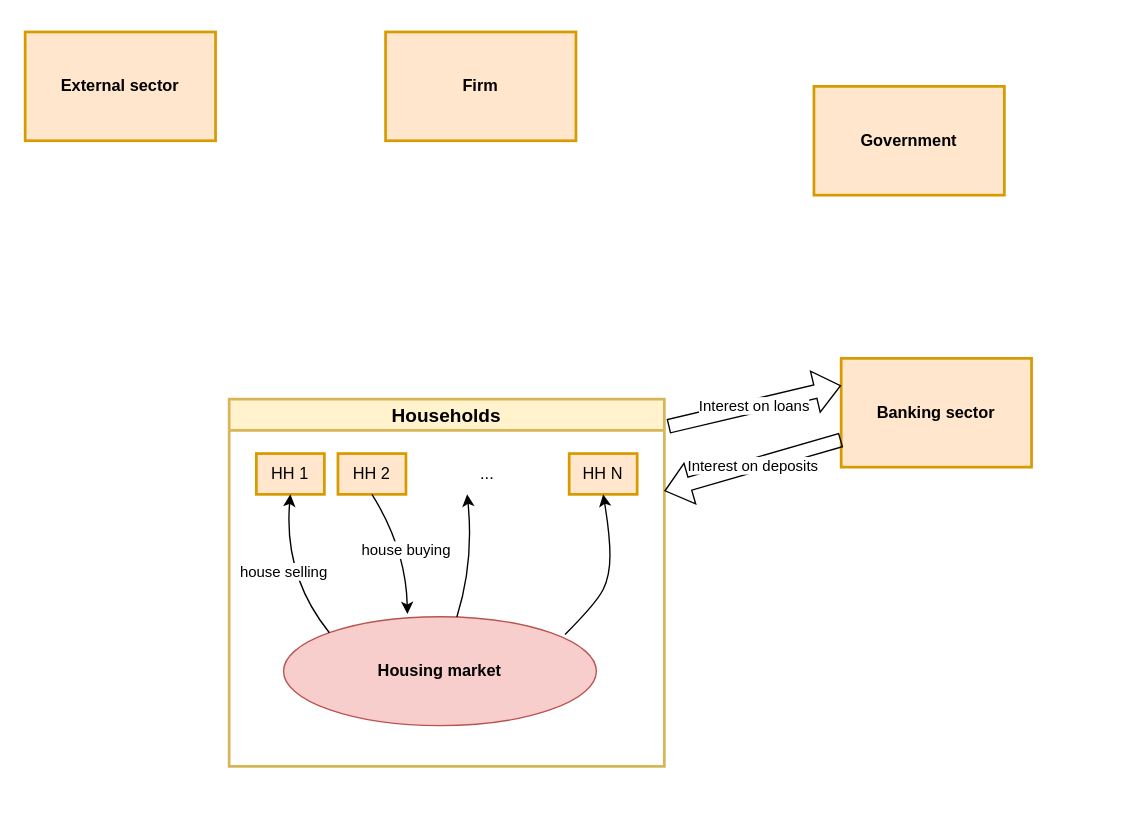
Above: Proposal2023_FlowDiagram.drawio in zauster/draw.io (draw.io), before the change. Source tidied: cells renumbered, new cells numbered last; positions are measured from the earlier drawing's top-left corner, leaving out a move shared by most shapes. Both pictures are drawn from the tidied source at 136%, with x=0, y=0 at pixel (24, 31).
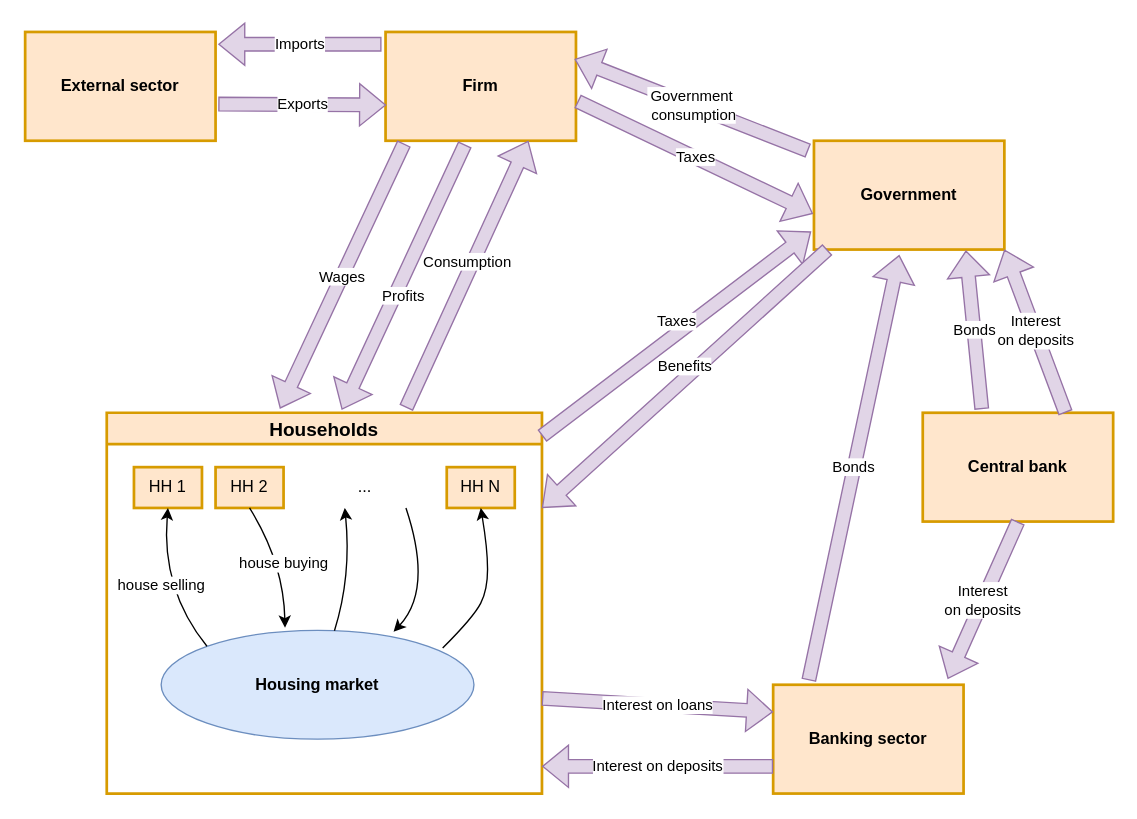
The same diagram, later.

The change refers to these unchanged cells:
```xml
<mxCell id="6" value="..." style="text;html=1;strokeColor=none;fillColor=none;align=center;verticalAlign=middle;whiteSpace=wrap;rounded=0;" parent="2" vertex="1">
  <mxGeometry x="160" y="40" width="60" height="30" as="geometry" />
</mxCell>
<mxCell id="14" value="&lt;b&gt;Firm&lt;/b&gt;" style="rounded=0;whiteSpace=wrap;html=1;fillColor=#ffe6cc;strokeColor=#d79b00;strokeWidth=2;" parent="1" vertex="1">
  <mxGeometry x="265" width="140" height="80" as="geometry" />
</mxCell>
<mxCell id="15" value="&lt;b&gt;External sector&lt;/b&gt;" style="rounded=0;whiteSpace=wrap;html=1;fillColor=#ffe6cc;strokeColor=#d79b00;strokeWidth=2;" parent="1" vertex="1">
  <mxGeometry width="140" height="80" as="geometry" />
</mxCell>
```

Diff of the diagram source:
```diff
@@
-    <mxCell id="2" value="Households" style="swimlane;fillColor=#fff2cc;strokeColor=#d6b656;strokeWidth=2;fontSize=14;startSize=23;" parent="1" vertex="1">
-      <mxGeometry x="150" y="270" width="320" height="270" as="geometry" />
+    <mxCell id="2" value="Households" style="swimlane;fillColor=#ffe6cc;strokeColor=#d79b00;strokeWidth=2;fontSize=14;startSize=23;" parent="1" vertex="1">
+      <mxGeometry x="60" y="280" width="320" height="280" as="geometry" />
     </mxCell>
@@
-    <mxCell id="7" value="&lt;b&gt;Housing market&lt;/b&gt;" style="ellipse;whiteSpace=wrap;html=1;fillColor=#f8cecc;strokeColor=#b85450;" parent="2" vertex="1">
+    <mxCell id="7" value="&lt;b&gt;Housing market&lt;/b&gt;" style="ellipse;whiteSpace=wrap;html=1;fillColor=#dae8fc;strokeColor=#6c8ebf;" parent="2" vertex="1">
       <mxGeometry x="40" y="160" width="230" height="80" as="geometry" />
     </mxCell>
@@
+    <mxCell id="18" style="curved=1;endArrow=classic;html=1;rounded=0;entryX=0.743;entryY=0.013;entryDx=0;entryDy=0;entryPerimeter=0;exitX=1;exitY=1;exitDx=0;exitDy=0;" parent="2" edge="1" source="6" target="7">
+      <mxGeometry relative="1" as="geometry">
+        <Array as="points">
+          <mxPoint x="240" y="130" />
+        </Array>
+      </mxGeometry>
+    </mxCell>
     <mxCell id="12" value="&lt;b&gt;Government&lt;/b&gt;" style="rounded=0;whiteSpace=wrap;html=1;fillColor=#ffe6cc;strokeColor=#d79b00;strokeWidth=2;" parent="1" vertex="1">
-      <mxGeometry x="580" y="40" width="140" height="80" as="geometry" />
+      <mxGeometry x="580" y="80" width="140" height="80" as="geometry" />
     </mxCell>
     <mxCell id="13" value="&lt;b&gt;Banking sector&lt;/b&gt;" style="rounded=0;whiteSpace=wrap;html=1;fillColor=#ffe6cc;strokeColor=#d79b00;strokeWidth=2;" parent="1" vertex="1">
-      <mxGeometry x="600" y="240" width="140" height="80" as="geometry" />
+      <mxGeometry x="550" y="480" width="140" height="80" as="geometry" />
     </mxCell>
@@
-    <mxCell id="16" value="Interest on loans" style="shape=flexArrow;endArrow=classic;html=1;rounded=0;entryX=0;entryY=0.25;entryDx=0;entryDy=0;exitX=1.009;exitY=0.074;exitDx=0;exitDy=0;exitPerimeter=0;" parent="1" edge="1" source="2" target="13">
+    <mxCell id="16" value="Interest on loans" style="endArrow=classic;html=1;rounded=0;entryX=0;entryY=0.25;entryDx=0;entryDy=0;shape=flexArrow;strokeWidth=1;endSize=6;targetPerimeterSpacing=0;fillColor=#e1d5e7;strokeColor=#9673a6;exitX=1;exitY=0.75;exitDx=0;exitDy=0;" parent="1" edge="1" source="2" target="13">
       <mxGeometry relative="1" as="geometry" />
     </mxCell>
-    <mxCell id="17" value="Interest on deposits" style="shape=flexArrow;endArrow=classic;html=1;rounded=0;exitX=0;exitY=0.75;exitDx=0;exitDy=0;entryX=1;entryY=0.25;entryDx=0;entryDy=0;" parent="1" edge="1" source="13" target="2">
-      <mxGeometry relative="1" as="geometry" />
+    <mxCell id="17" value="Interest on deposits" style="endArrow=classic;html=1;rounded=0;exitX=0;exitY=0.75;exitDx=0;exitDy=0;shape=flexArrow;strokeWidth=1;endSize=6;targetPerimeterSpacing=0;fillColor=#e1d5e7;strokeColor=#9673a6;startArrow=none;startFill=0;" parent="1" edge="1" source="13">
+      <mxGeometry relative="1" as="geometry">
+        <mxPoint x="380" y="540" as="targetPoint" />
+      </mxGeometry>
     </mxCell>
+    <mxCell id="19" value="&lt;b&gt;Central bank&lt;/b&gt;" style="rounded=0;whiteSpace=wrap;html=1;fillColor=#ffe6cc;strokeColor=#d79b00;strokeWidth=2;" parent="1" vertex="1">
+      <mxGeometry x="660" y="280" width="140" height="80" as="geometry" />
+    </mxCell>
+    <mxCell id="20" value="&lt;div&gt;Interest&lt;/div&gt;&lt;div&gt;on deposits&lt;/div&gt;" style="endArrow=classic;html=1;rounded=0;exitX=0.75;exitY=0;exitDx=0;exitDy=0;shape=flexArrow;strokeWidth=1;endSize=6;targetPerimeterSpacing=0;fillColor=#e1d5e7;strokeColor=#9673a6;startArrow=none;startFill=0;entryX=1;entryY=1;entryDx=0;entryDy=0;" parent="1" edge="1" source="19" target="12">
+      <mxGeometry relative="1" as="geometry" />
+    </mxCell>
+    <mxCell id="21" value="Imports" style="endArrow=classic;html=1;rounded=0;exitX=-0.021;exitY=0.113;exitDx=0;exitDy=0;shape=flexArrow;strokeWidth=1;endSize=6;targetPerimeterSpacing=0;fillColor=#e1d5e7;strokeColor=#9673a6;startArrow=none;startFill=0;entryX=1.014;entryY=0.113;entryDx=0;entryDy=0;entryPerimeter=0;exitPerimeter=0;" parent="1" edge="1" source="14" target="15">
+      <mxGeometry relative="1" as="geometry" />
+    </mxCell>
+    <mxCell id="22" value="Exports" style="endArrow=classic;html=1;rounded=0;shape=flexArrow;strokeWidth=1;endSize=6;targetPerimeterSpacing=0;fillColor=#e1d5e7;strokeColor=#9673a6;startArrow=none;startFill=0;entryX=0.003;entryY=0.671;entryDx=0;entryDy=0;entryPerimeter=0;exitX=1.014;exitY=0.663;exitDx=0;exitDy=0;exitPerimeter=0;" parent="1" edge="1" source="15" target="14">
+      <mxGeometry relative="1" as="geometry" />
+    </mxCell>
+    <mxCell id="23" value="&lt;div&gt;Government&lt;/div&gt;&lt;div&gt;&amp;nbsp;consumption&lt;/div&gt;" style="endArrow=classic;html=1;rounded=0;exitX=-0.03;exitY=0.092;exitDx=0;exitDy=0;shape=flexArrow;strokeWidth=1;endSize=6;targetPerimeterSpacing=0;fillColor=#e1d5e7;strokeColor=#9673a6;startArrow=none;startFill=0;entryX=1;entryY=0.25;entryDx=0;entryDy=0;exitPerimeter=0;" parent="1" edge="1" source="12">
+      <mxGeometry relative="1" as="geometry">
+        <mxPoint x="404" y="20" as="targetPoint" />
+      </mxGeometry>
+    </mxCell>
+    <mxCell id="24" value="Taxes" style="endArrow=classic;html=1;rounded=0;exitX=1.008;exitY=0.637;exitDx=0;exitDy=0;shape=flexArrow;strokeWidth=1;endSize=6;targetPerimeterSpacing=0;fillColor=#e1d5e7;strokeColor=#9673a6;startArrow=none;startFill=0;entryX=-0.005;entryY=0.671;entryDx=0;entryDy=0;entryPerimeter=0;exitPerimeter=0;" parent="1" edge="1" source="14" target="12">
+      <mxGeometry relative="1" as="geometry" />
+    </mxCell>
+    <mxCell id="25" value="Wages" style="endArrow=classic;html=1;rounded=0;exitX=0.097;exitY=1.025;exitDx=0;exitDy=0;shape=flexArrow;strokeWidth=1;endSize=6;targetPerimeterSpacing=0;fillColor=#e1d5e7;strokeColor=#9673a6;startArrow=none;startFill=0;entryX=0.398;entryY=-0.011;entryDx=0;entryDy=0;entryPerimeter=0;exitPerimeter=0;" parent="1" edge="1" source="14" target="2">
+      <mxGeometry relative="1" as="geometry" />
+    </mxCell>
+    <mxCell id="26" value="&lt;div&gt;Profits&lt;/div&gt;" style="endArrow=classic;html=1;rounded=0;shape=flexArrow;strokeWidth=1;endSize=6;targetPerimeterSpacing=0;fillColor=#e1d5e7;strokeColor=#9673a6;startArrow=none;startFill=0;entryX=0.54;entryY=-0.008;entryDx=0;entryDy=0;entryPerimeter=0;exitX=0.417;exitY=1.033;exitDx=0;exitDy=0;exitPerimeter=0;verticalAlign=top;" parent="1" edge="1" source="14" target="2">
+      <mxGeometry relative="1" as="geometry" />
+    </mxCell>
+    <mxCell id="27" value="&lt;div&gt;Consumption&lt;/div&gt;" style="endArrow=classic;html=1;rounded=0;shape=flexArrow;strokeWidth=1;endSize=6;targetPerimeterSpacing=0;fillColor=#e1d5e7;strokeColor=#9673a6;startArrow=none;startFill=0;entryX=0.75;entryY=1;entryDx=0;entryDy=0;exitX=0.688;exitY=-0.013;exitDx=0;exitDy=0;exitPerimeter=0;verticalAlign=bottom;" parent="1" edge="1" source="2" target="14">
+      <mxGeometry relative="1" as="geometry" />
+    </mxCell>
+    <mxCell id="28" value="Bonds" style="endArrow=classic;html=1;rounded=0;exitX=0.187;exitY=-0.04;exitDx=0;exitDy=0;shape=flexArrow;strokeWidth=1;endSize=6;targetPerimeterSpacing=0;fillColor=#e1d5e7;strokeColor=#9673a6;startArrow=none;startFill=0;entryX=0.448;entryY=1.05;entryDx=0;entryDy=0;entryPerimeter=0;exitPerimeter=0;sourcePerimeterSpacing=0;startSize=0;" parent="1" edge="1" source="13" target="12">
+      <mxGeometry relative="1" as="geometry" />
+    </mxCell>
+    <mxCell id="29" value="Bonds" style="endArrow=classic;html=1;rounded=0;exitX=0.31;exitY=-0.033;exitDx=0;exitDy=0;shape=flexArrow;strokeWidth=1;endSize=6;targetPerimeterSpacing=0;fillColor=#e1d5e7;strokeColor=#9673a6;startArrow=none;startFill=0;exitPerimeter=0;sourcePerimeterSpacing=0;startSize=0;entryX=0.798;entryY=1.008;entryDx=0;entryDy=0;entryPerimeter=0;" parent="1" edge="1" source="19" target="12">
+      <mxGeometry relative="1" as="geometry" />
+    </mxCell>
+    <mxCell id="30" value="Taxes" style="endArrow=classic;html=1;rounded=0;shape=flexArrow;strokeWidth=1;endSize=6;targetPerimeterSpacing=0;fillColor=#e1d5e7;strokeColor=#9673a6;startArrow=none;startFill=0;entryX=-0.015;entryY=0.835;entryDx=0;entryDy=0;exitX=1;exitY=0.061;exitDx=0;exitDy=0;exitPerimeter=0;verticalAlign=bottom;entryPerimeter=0;" parent="1" edge="1" source="2" target="12">
+      <mxGeometry relative="1" as="geometry" />
+    </mxCell>
+    <mxCell id="31" value="&lt;div&gt;Benefits&lt;/div&gt;" style="endArrow=classic;html=1;rounded=0;strokeWidth=1;targetPerimeterSpacing=0;fillColor=#e1d5e7;strokeColor=#9673a6;startArrow=none;startFill=0;exitX=0.071;exitY=1;exitDx=0;exitDy=0;exitPerimeter=0;verticalAlign=bottom;entryX=1;entryY=0.25;entryDx=0;entryDy=0;shape=flexArrow;" parent="1" edge="1" source="12" target="2">
+      <mxGeometry relative="1" as="geometry" />
+    </mxCell>
+    <mxCell id="32" value="&lt;div&gt;Interest&lt;/div&gt;&lt;div&gt;on deposits&lt;/div&gt;" style="endArrow=classic;html=1;rounded=0;exitX=0.5;exitY=1;exitDx=0;exitDy=0;shape=flexArrow;strokeWidth=1;endSize=6;targetPerimeterSpacing=0;fillColor=#e1d5e7;strokeColor=#9673a6;startArrow=none;startFill=0;entryX=0.917;entryY=-0.054;entryDx=0;entryDy=0;entryPerimeter=0;" parent="1" edge="1" source="19" target="13">
+      <mxGeometry relative="1" as="geometry" />
+    </mxCell>
```
